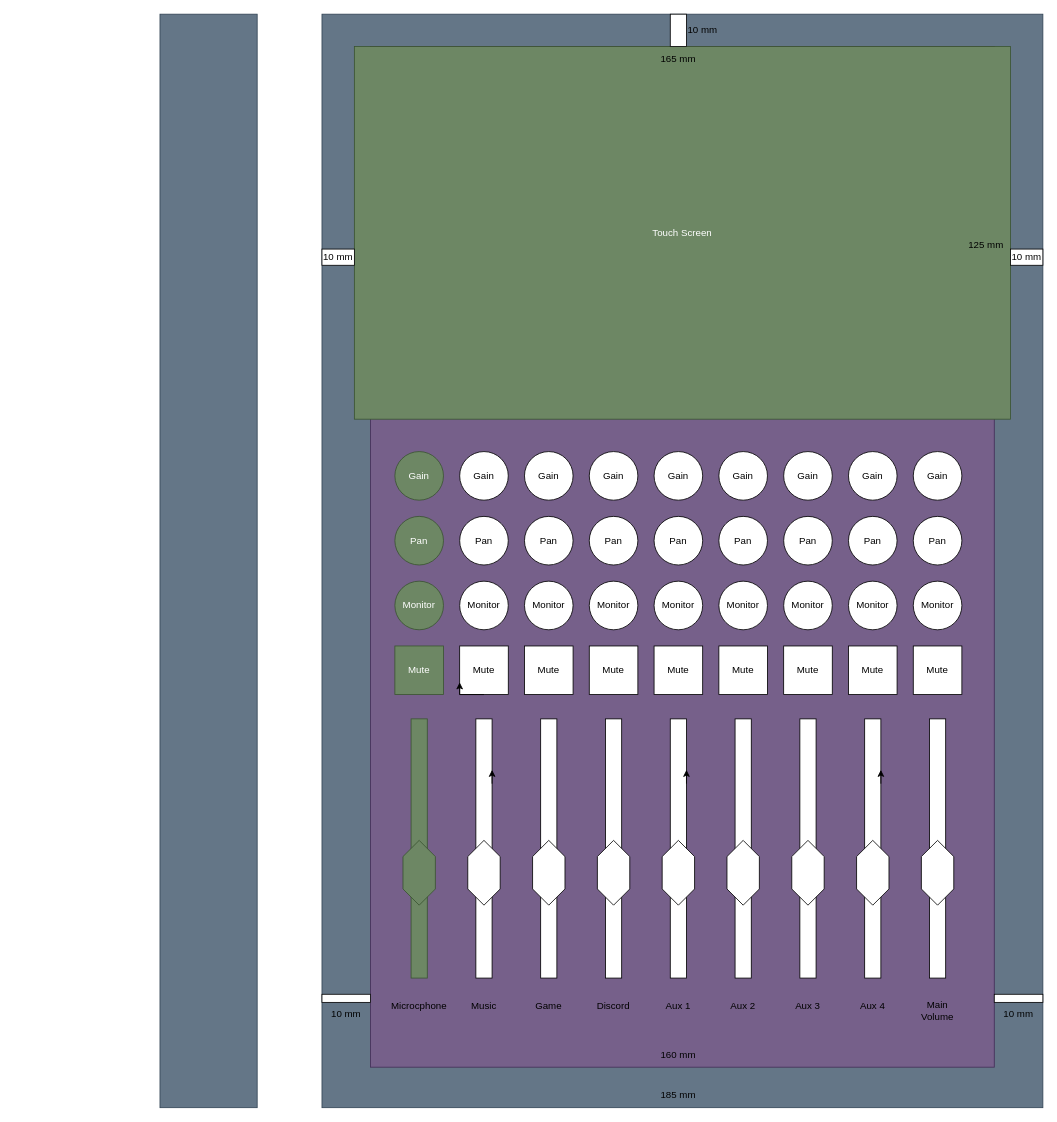
The draw.io diagram page "Rough Layout" (2 of 3) of brainstorming-diagrams.drawio in ChaoticCodeMonkey/hecate-magister, before the edit. Source tidied: cells renumbered, new cells numbered last; positions are measured from the earlier drawing's top-left corner, leaving out a move shared by most shapes. Both pictures are drawn from the tidied source at 81%, with x=0, y=0 at pixel (160, 14).
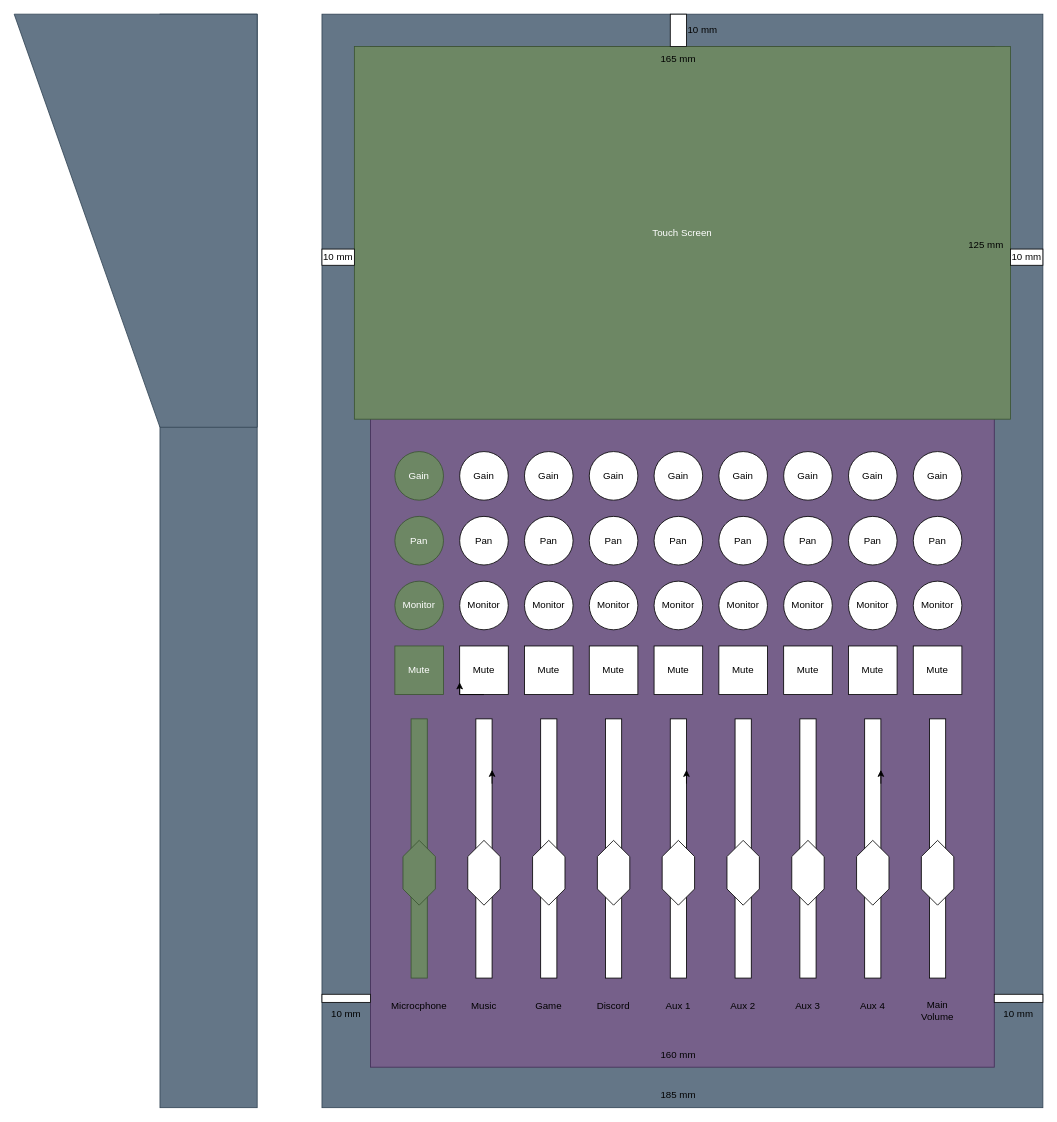
After the change.

The edit, as a diff of the source:
```diff
@@
+    <mxCell id="86" style="shape=manualInput;whiteSpace=wrap;html=1;rotation=-90;size=180;fillColor=#647687;fontColor=#ffffff;strokeColor=#314354;" parent="1" vertex="1">
+      <mxGeometry x="-285" y="105" width="510" height="300" as="geometry" />
+    </mxCell>
```
